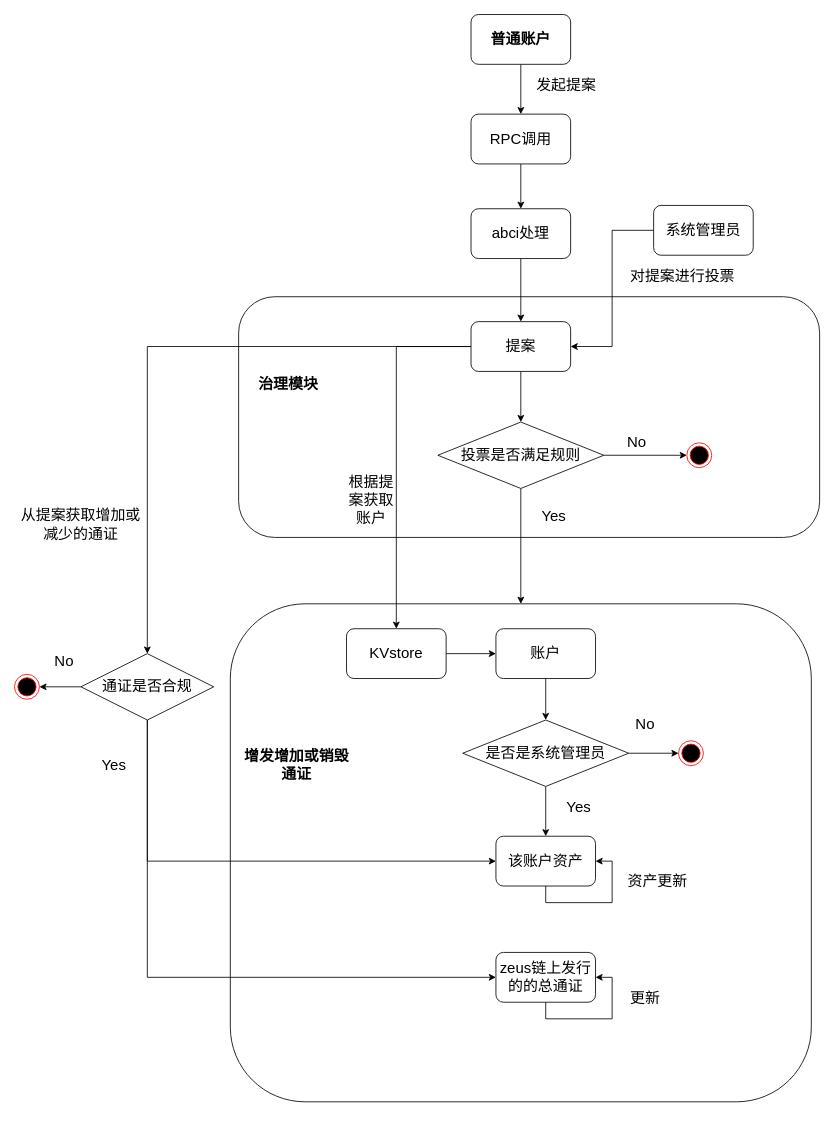
Above: datasets/Untitled Diagram.drawio in YangXianqi/NLP_Chinese-entroy (draw.io), before the change. Source tidied: cells renumbered, new cells numbered last; positions are measured from the earlier drawing's top-left corner, leaving out a move shared by most shapes. Both pictures are drawn from the tidied source at 83%, with x=0, y=0 at pixel (14, 14).
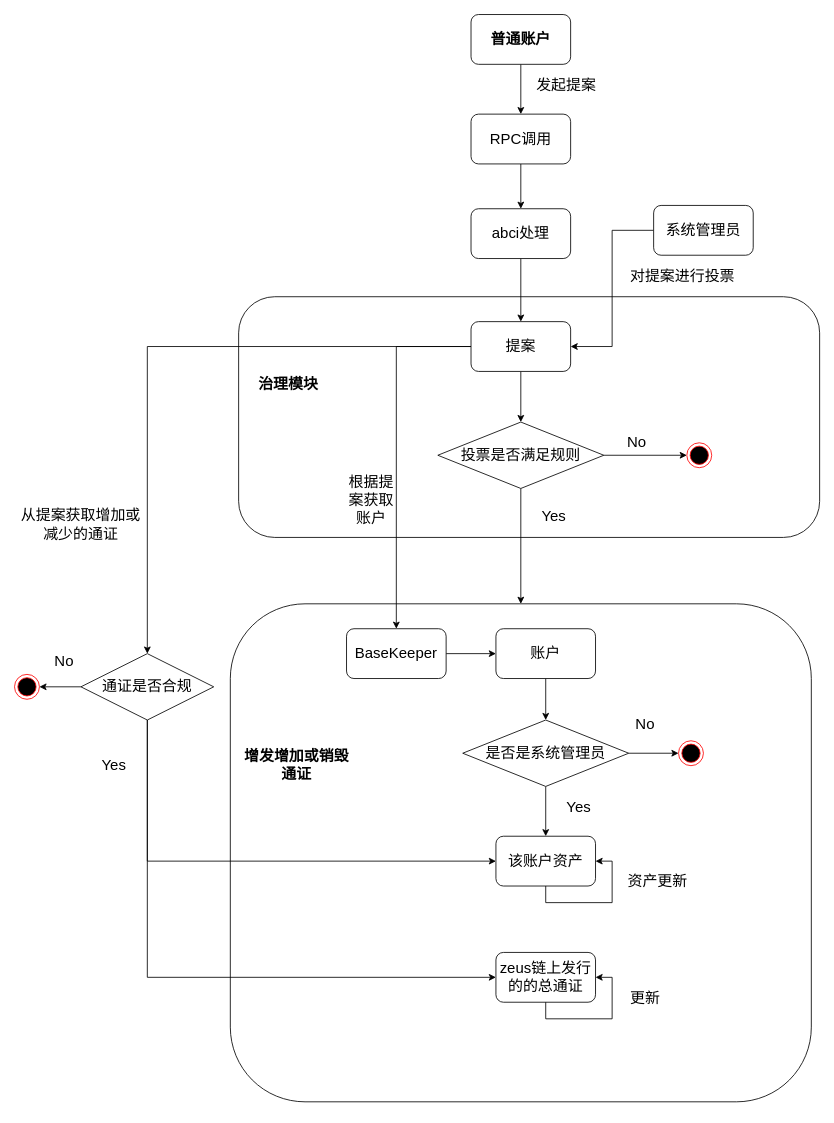
The same page after the edit.

The edit, as a diff of the source:
```diff
@@
-    <mxCell id="26" value="KVstore" style="rounded=1;whiteSpace=wrap;html=1;fontSize=18;" parent="1" vertex="1">
+    <mxCell id="26" value="BaseKeeper" style="rounded=1;whiteSpace=wrap;html=1;fontSize=18;" parent="1" vertex="1">
       <mxGeometry x="400" y="740" width="120" height="60" as="geometry" />
     </mxCell>
```
